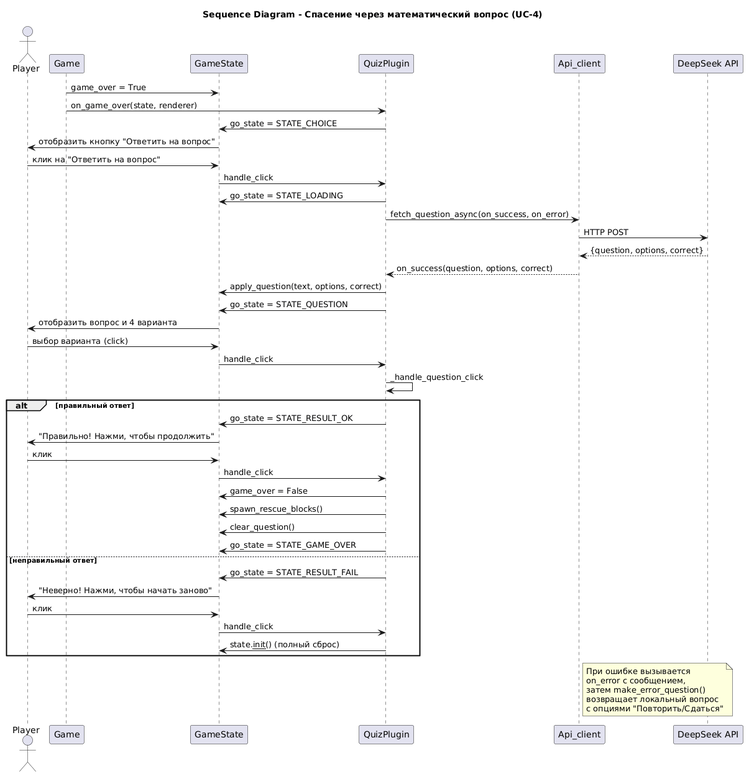
Before: generated/sequence_loss_and_math.png, a diagram exported from PlantUML (pashk3r/lexa-blocks).
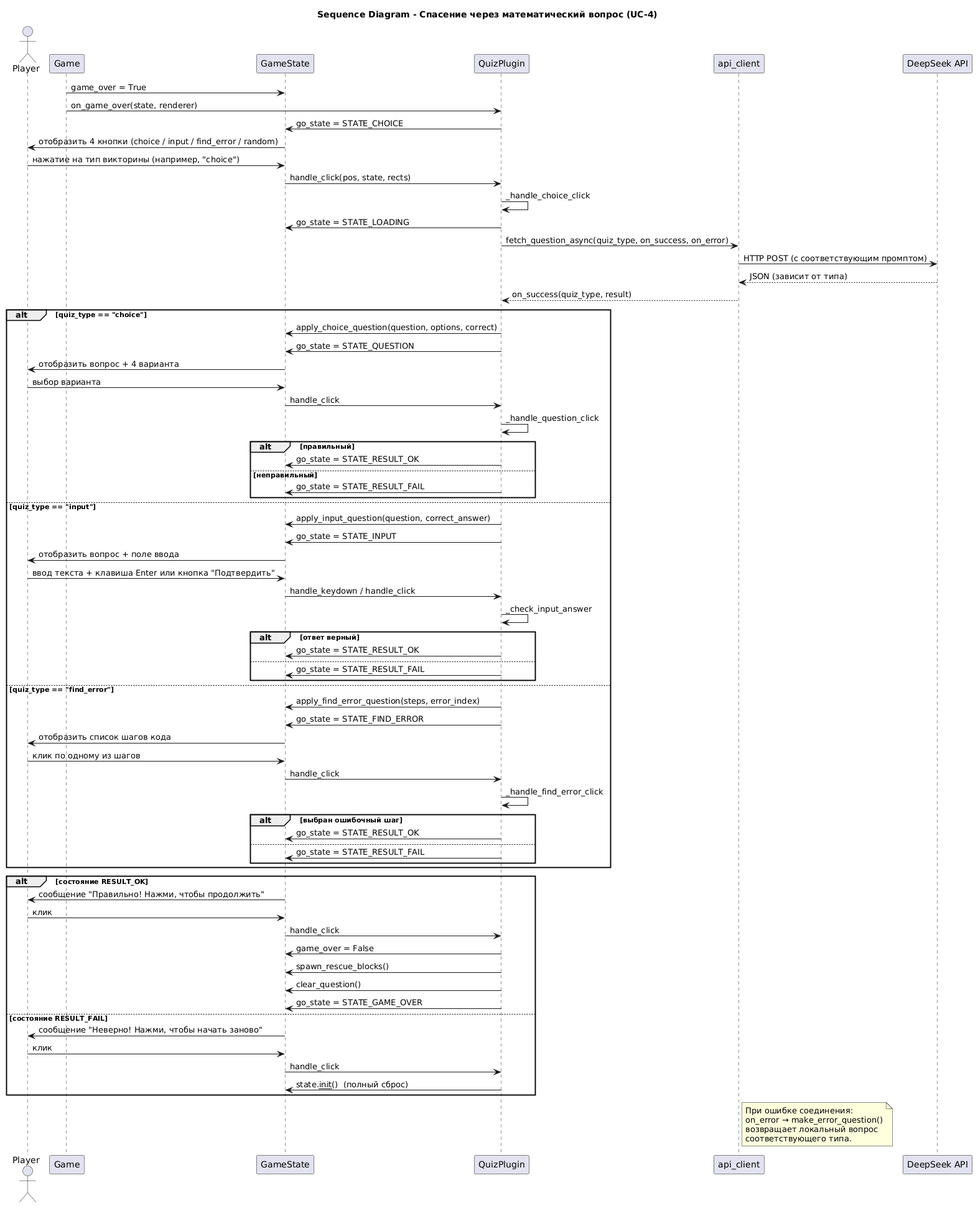
The same file after the commit.

Change to the diagram source:
```diff
@@ -5,50 +5,83 @@
 participant "Game" as G
 participant "GameState" as GS
 participant "QuizPlugin" as QP
-participant "Api_client" as API
+participant "api_client" as API
 participant "DeepSeek API" as DS
 
 G -> GS : game_over = True
 G -> QP : on_game_over(state, renderer)
 QP -> GS : go_state = STATE_CHOICE
-GS -> P : отобразить кнопку "Ответить на вопрос"
+GS -> P : отобразить 4 кнопки (choice / input / find_error / random)
 
-P -> GS : клик на "Ответить на вопрос"
-GS -> QP : handle_click
+P -> GS : нажатие на тип викторины (например, "choice")
+GS -> QP : handle_click(pos, state, rects)
+QP -> QP : _handle_choice_click
 QP -> GS : go_state = STATE_LOADING
-QP -> API : fetch_question_async(on_success, on_error)
-API -> DS : HTTP POST
-DS --> API : {question, options, correct}
-API --> QP : on_success(question, options, correct)
-QP -> GS : apply_question(text, options, correct)
-QP -> GS : go_state = STATE_QUESTION
+QP -> API : fetch_question_async(quiz_type, on_success, on_error)
 
-GS -> P : отобразить вопрос и 4 варианта
-P -> GS : выбор варианта (click)
-GS -> QP : handle_click
-QP -> QP : _handle_question_click
-alt правильный ответ
-    QP -> GS : go_state = STATE_RESULT_OK
-    GS -> P : "Правильно! Нажми, чтобы продолжить"
+API -> DS : HTTP POST (с соответствующим промптом)
+DS --> API : JSON (зависит от типа)
+API --> QP : on_success(quiz_type, result)
+
+alt quiz_type == "choice"
+    QP -> GS : apply_choice_question(question, options, correct)
+    QP -> GS : go_state = STATE_QUESTION
+    GS -> P : отобразить вопрос + 4 варианта
+    P -> GS : выбор варианта
+    GS -> QP : handle_click
+    QP -> QP : _handle_question_click
+    alt правильный
+        QP -> GS : go_state = STATE_RESULT_OK
+    else неправильный
+        QP -> GS : go_state = STATE_RESULT_FAIL
+    end
+
+else quiz_type == "input"
+    QP -> GS : apply_input_question(question, correct_answer)
+    QP -> GS : go_state = STATE_INPUT
+    GS -> P : отобразить вопрос + поле ввода
+    P -> GS : ввод текста + клавиша Enter или кнопка "Подтвердить"
+    GS -> QP : handle_keydown / handle_click
+    QP -> QP : _check_input_answer
+    alt ответ верный
+        QP -> GS : go_state = STATE_RESULT_OK
+    else
+        QP -> GS : go_state = STATE_RESULT_FAIL
+    end
+
+else quiz_type == "find_error"
+    QP -> GS : apply_find_error_question(steps, error_index)
+    QP -> GS : go_state = STATE_FIND_ERROR
+    GS -> P : отобразить список шагов кода
+    P -> GS : клик по одному из шагов
+    GS -> QP : handle_click
+    QP -> QP : _handle_find_error_click
+    alt выбран ошибочный шаг
+        QP -> GS : go_state = STATE_RESULT_OK
+    else
+        QP -> GS : go_state = STATE_RESULT_FAIL
+    end
+end
+
+alt состояние RESULT_OK
+    GS -> P : сообщение "Правильно! Нажми, чтобы продолжить"
     P -> GS : клик
     GS -> QP : handle_click
     QP -> GS : game_over = False
     QP -> GS : spawn_rescue_blocks()
     QP -> GS : clear_question()
     QP -> GS : go_state = STATE_GAME_OVER
-else неправильный ответ
-    QP -> GS : go_state = STATE_RESULT_FAIL
-    GS -> P : "Неверно! Нажми, чтобы начать заново"
+else состояние RESULT_FAIL
+    GS -> P : сообщение "Неверно! Нажми, чтобы начать заново"
     P -> GS : клик
     GS -> QP : handle_click
-    QP -> GS : state.__init__() (полный сброс)
+    QP -> GS : state.__init__()  (полный сброс)
 end
 
 note right of API
-    При ошибке вызывается
-    on_error с сообщением,
-    затем make_error_question()
+    При ошибке соединения:
+    on_error → make_error_question()
     возвращает локальный вопрос
-    с опциями "Повторить/Сдаться"
+    соответствующего типа.
 end note
 @enduml
```
